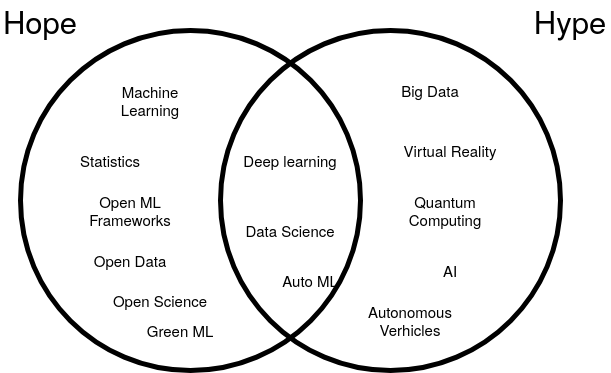
Before: images/hope-and-hype.png, a diagram exported from draw.io (nocomplexity/FreeAndOpenMachineLearning). Source tidied: cells renumbered, new cells last; positions are measured from the earlier drawing's top-left corner, leaving out a move shared by most shapes.
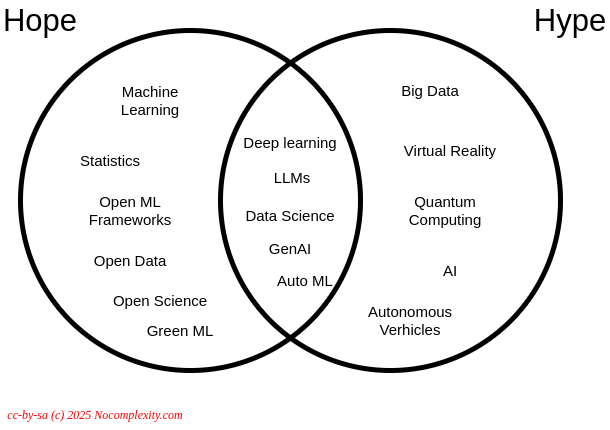
Above is the later version.

What changed in the source:
```diff
@@ -9,10 +9,10 @@
       <mxGeometry x="220" y="30" width="340" height="340" as="geometry" />
     </mxCell>
     <mxCell id="4" value="&lt;font style=&quot;font-size: 15px;&quot;&gt;Deep learning&lt;/font&gt;" style="text;html=1;strokeColor=none;fillColor=none;align=center;verticalAlign=middle;whiteSpace=wrap;rounded=0;fontSize=15;" parent="1" vertex="1">
-      <mxGeometry x="240" y="150" width="100" height="20" as="geometry" />
+      <mxGeometry x="240" y="132" width="100" height="20" as="geometry" />
     </mxCell>
     <mxCell id="5" value="Data Science" style="text;html=1;strokeColor=none;fillColor=none;align=center;verticalAlign=middle;whiteSpace=wrap;rounded=0;fontSize=15;" parent="1" vertex="1">
-      <mxGeometry x="240" y="220" width="100" height="20" as="geometry" />
+      <mxGeometry x="240" y="205" width="100" height="20" as="geometry" />
     </mxCell>
     <mxCell id="6" value="Big Data" style="text;html=1;strokeColor=none;fillColor=none;align=center;verticalAlign=middle;whiteSpace=wrap;rounded=0;fontSize=15;" parent="1" vertex="1">
       <mxGeometry x="380" y="80" width="100" height="20" as="geometry" />
@@ -54,7 +54,16 @@
       <mxGeometry x="130" y="320" width="100" height="20" as="geometry" />
     </mxCell>
     <mxCell id="19" value="Auto ML" style="text;html=1;strokeColor=none;fillColor=none;align=center;verticalAlign=middle;whiteSpace=wrap;rounded=0;fontSize=15;" parent="1" vertex="1">
-      <mxGeometry x="260" y="270" width="100" height="20" as="geometry" />
+      <mxGeometry x="255" y="270" width="100" height="20" as="geometry" />
     </mxCell>
+    <mxCell id="20" value="&lt;font style=&quot;font-size: 15px;&quot;&gt;LLMs&lt;/font&gt;" style="text;html=1;strokeColor=none;fillColor=none;align=center;verticalAlign=middle;whiteSpace=wrap;rounded=0;fontSize=15;" parent="1" vertex="1">
+      <mxGeometry x="242" y="167" width="100" height="20" as="geometry" />
+    </mxCell>
+    <mxCell id="21" value="&lt;font style=&quot;font-size: 15px;&quot;&gt;Gen&lt;/font&gt;&lt;span style=&quot;background-color: transparent; color: light-dark(rgb(0, 0, 0), rgb(255, 255, 255));&quot;&gt;AI&lt;/span&gt;" style="text;html=1;strokeColor=none;fillColor=none;align=center;verticalAlign=middle;whiteSpace=wrap;rounded=0;fontSize=15;" parent="1" vertex="1">
+      <mxGeometry x="240" y="238" width="100" height="20" as="geometry" />
+    </mxCell>
+    <mxCell id="22" value="&lt;font color=&quot;#ff0000&quot;&gt;cc-by-sa (c) 2025 Nocomplexity.com&lt;/font&gt;" style="text;html=1;align=center;verticalAlign=middle;whiteSpace=wrap;rounded=0;strokeColor=none;fontStyle=2;fontFamily=Lucida Console;sketch=1;curveFitting=1;jiggle=2;" parent="1" vertex="1">
+      <mxGeometry y="400" width="190" height="30" as="geometry" />
+    </mxCell>
   </root>
 </mxGraphModel>
```
